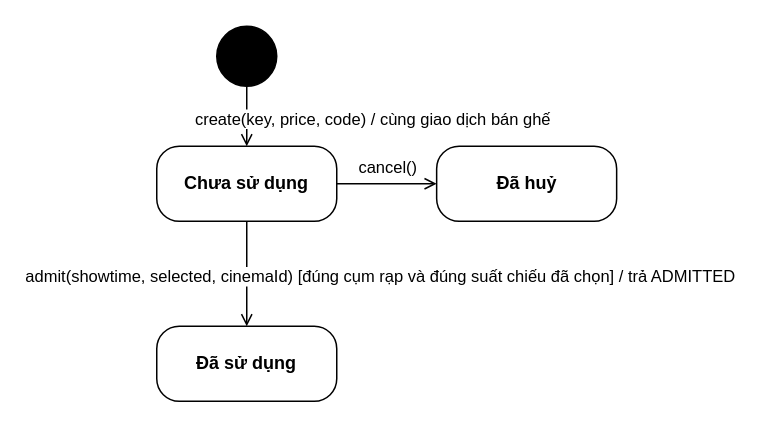
Earlier version of the draw.io diagram design/diagrams/P12-state-Ticket.drawio (luytbq/app-dat-ve-xem-phim). Source tidied: cells renumbered, new cells numbered last; positions are measured from the earlier drawing's top-left corner, leaving out a move shared by most shapes. Both pictures are drawn from the tidied source at 150%, with x=0, y=0 at pixel (156, 26).
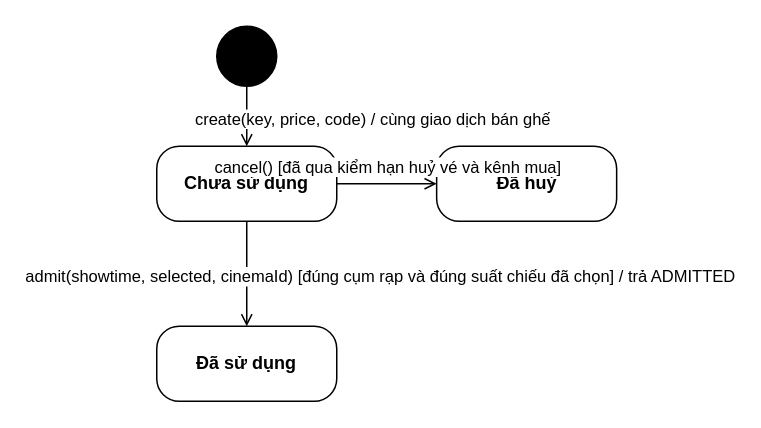
The same diagram, later.

What changed in the source:
```diff
@@
 <mxGraphModel>
   <root>
     <mxCell id="0" />
     <mxCell id="1" parent="0" />
     <mxCell id="2" style="ellipse;fillColor=#000000;" parent="1" vertex="1">
       <mxGeometry x="40" width="40" height="40" as="geometry" />
     </mxCell>
     <mxCell id="3" value="&lt;b&gt;Chưa sử dụng&lt;/b&gt;" style="rounded=1;whiteSpace=wrap;html=1;arcSize=30;" parent="1" vertex="1">
       <mxGeometry y="80" width="120" height="50" as="geometry" />
     </mxCell>
     <mxCell id="4" value="&lt;b&gt;Đã sử dụng&lt;/b&gt;" style="rounded=1;whiteSpace=wrap;html=1;arcSize=30;" parent="1" vertex="1">
       <mxGeometry y="200" width="120" height="50" as="geometry" />
     </mxCell>
     <mxCell id="5" value="&lt;b&gt;Đã huỷ&lt;/b&gt;" style="rounded=1;whiteSpace=wrap;html=1;arcSize=30;" parent="1" vertex="1">
       <mxGeometry x="186.6" y="80" width="120" height="50" as="geometry" />
     </mxCell>
     <mxCell id="6" value="create(key, price, code) / cùng giao dịch bán ghế" style="endArrow=open;endFill=0;html=1;edgeStyle=orthogonalEdgeStyle;exitX=0.5;exitY=1;exitDx=0;exitDy=0;entryX=0.5;entryY=0;entryDx=0;entryDy=0;" parent="1" edge="1" source="2" target="3">
       <mxGeometry x="0.1" relative="1" as="geometry">
         <mxPoint x="83.9" as="offset" />
       </mxGeometry>
     </mxCell>
     <mxCell id="7" value="admit(showtime, selected, cinemaId) [đúng cụm rạp và đúng suất chiếu đã chọn] / trả ADMITTED" style="endArrow=open;endFill=0;html=1;edgeStyle=orthogonalEdgeStyle;exitX=0.5;exitY=1;exitDx=0;exitDy=0;entryX=0.5;entryY=0;entryDx=0;entryDy=0;" parent="1" edge="1" source="3" target="4">
       <mxGeometry x="0.06" relative="1" as="geometry">
         <mxPoint x="89" as="offset" />
       </mxGeometry>
     </mxCell>
-    <mxCell id="8" value="cancel()" style="endArrow=open;endFill=0;html=1;edgeStyle=orthogonalEdgeStyle;exitX=1;exitY=0.5;exitDx=0;exitDy=0;entryX=0;entryY=0.5;entryDx=0;entryDy=0;" parent="1" edge="1" source="3" target="5">
+    <mxCell id="8" value="cancel() [đã qua kiểm hạn huỷ vé và kênh mua]" style="endArrow=open;endFill=0;html=1;edgeStyle=orthogonalEdgeStyle;exitX=1;exitY=0.5;exitDx=0;exitDy=0;entryX=0;entryY=0.5;entryDx=0;entryDy=0;" parent="1" edge="1" source="3" target="5">
       <mxGeometry x="0.03" relative="1" as="geometry">
         <mxPoint y="-11.5" as="offset" />
       </mxGeometry>
     </mxCell>
   </root>
 </mxGraphModel>
```
